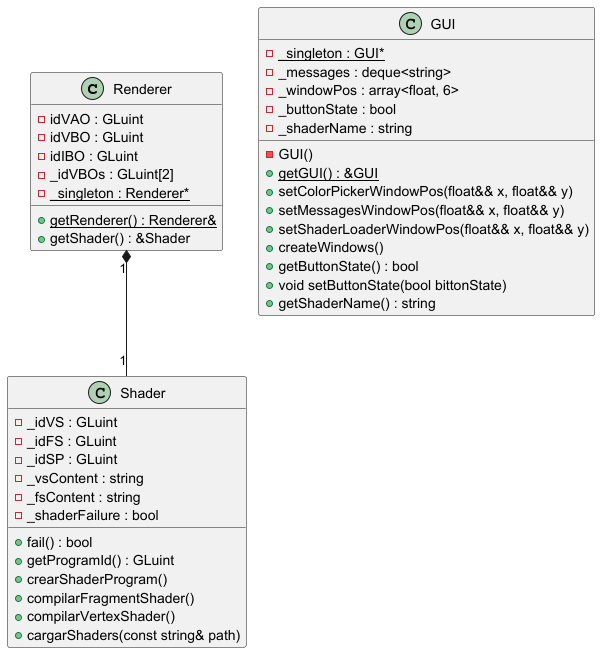
The PlantUML diagram img/UML_2.png in ahg00048/PAG_PROJECT, before a commit. Source of this version:
```plantuml
@startuml

class Renderer {
    - idVAO : GLuint
    - idVBO : GLuint
    - idIBO : GLuint
    - _idVBOs : GLuint[2]
    - {static} _singleton : Renderer*

    + {static} getRenderer() : Renderer&
    + getShader() : &Shader
}

class GUI {
    - {static} _singleton : GUI*
    - GUI()
    - _messages : deque<string>
    - _windowPos : array<float, 6>
    - _buttonState : bool
    - _shaderName : string

    + {static} getGUI() : &GUI
    + setColorPickerWindowPos(float&& x, float&& y)
    + setMessagesWindowPos(float&& x, float&& y)
    + setShaderLoaderWindowPos(float&& x, float&& y)
    + createWindows()
    + getButtonState() : bool
    + void setButtonState(bool bittonState)
    + getShaderName() : string
}

class Shader {
    - _idVS : GLuint
    - _idFS : GLuint
    - _idSP : GLuint
    - _vsContent : string
    - _fsContent : string
    - _shaderFailure : bool

    + fail() : bool
    + getProgramId() : GLuint
    + crearShaderProgram()
    + compilarFragmentShader()
    + compilarVertexShader()
    + cargarShaders(const string& path)
}

Renderer "1" *-- "1" Shader

@enduml
```
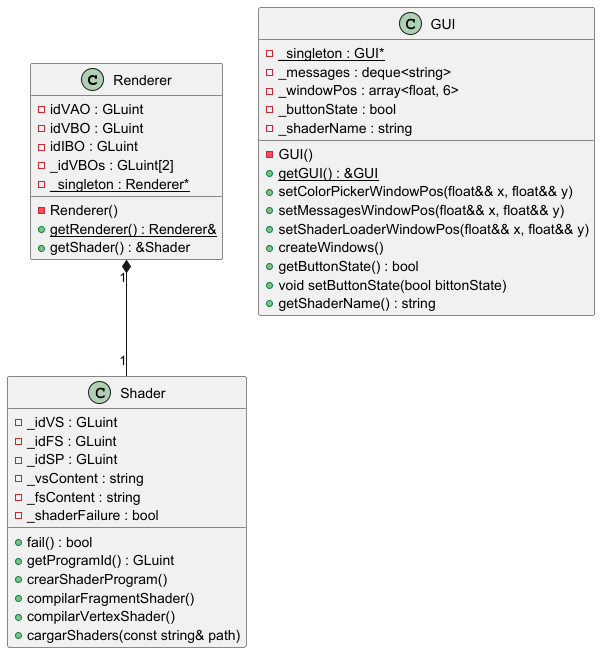
After the change.

Diff of the diagram source:
```diff
@@ -6,7 +6,7 @@
     - idIBO : GLuint
     - _idVBOs : GLuint[2]
     - {static} _singleton : Renderer*
-
+    - Renderer()
     + {static} getRenderer() : Renderer&
     + getShader() : &Shader
 }
```
